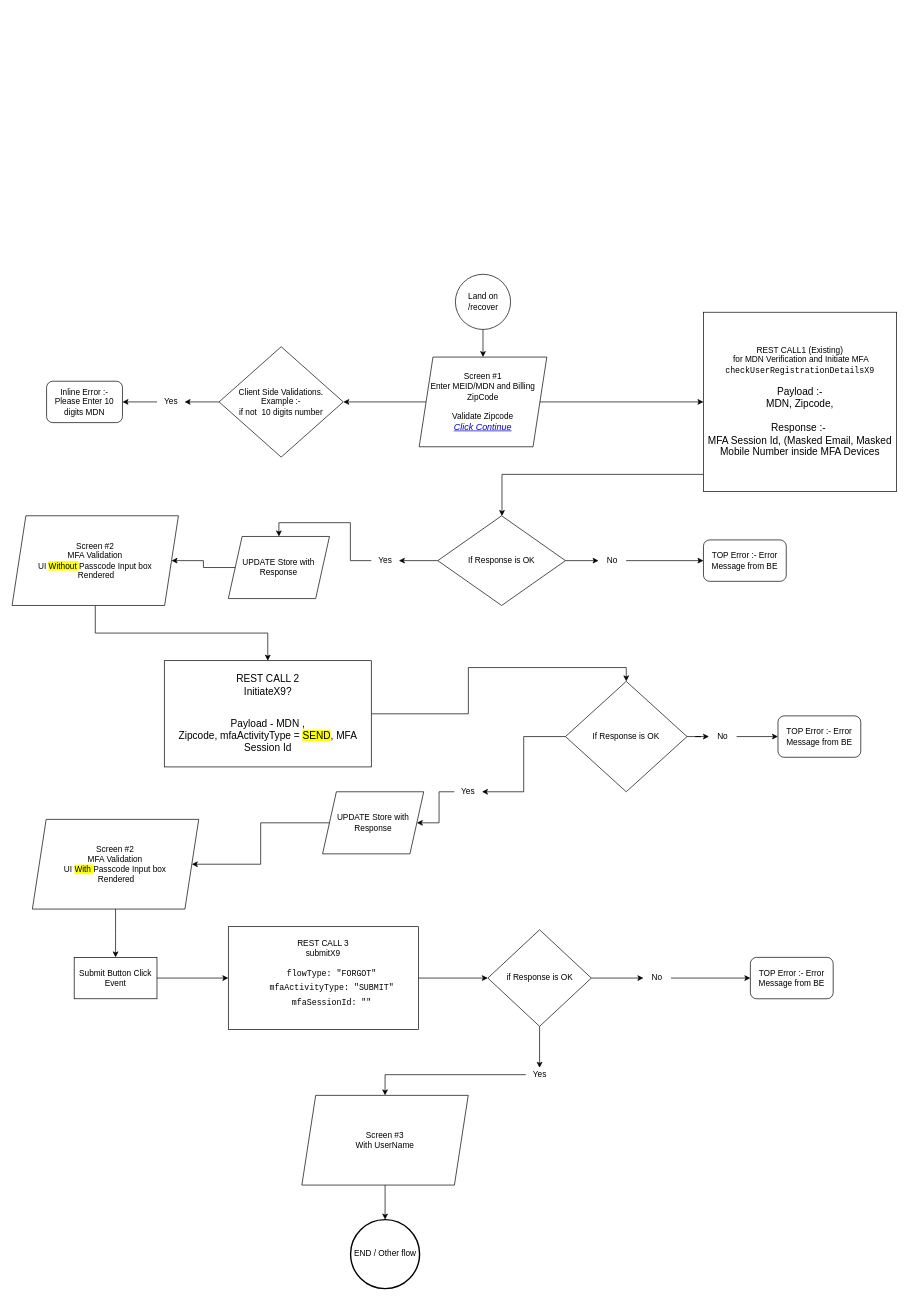
mercecii/M3 keeps this draw.io diagram as Forgot Username.drawio. Above is the earlier version. Source tidied: cells renumbered, new cells numbered last; positions are measured from the earlier drawing's top-left corner, leaving out a move shared by most shapes. Both pictures are drawn from the tidied source at 69%, with x=0, y=0 at pixel (12, 274).
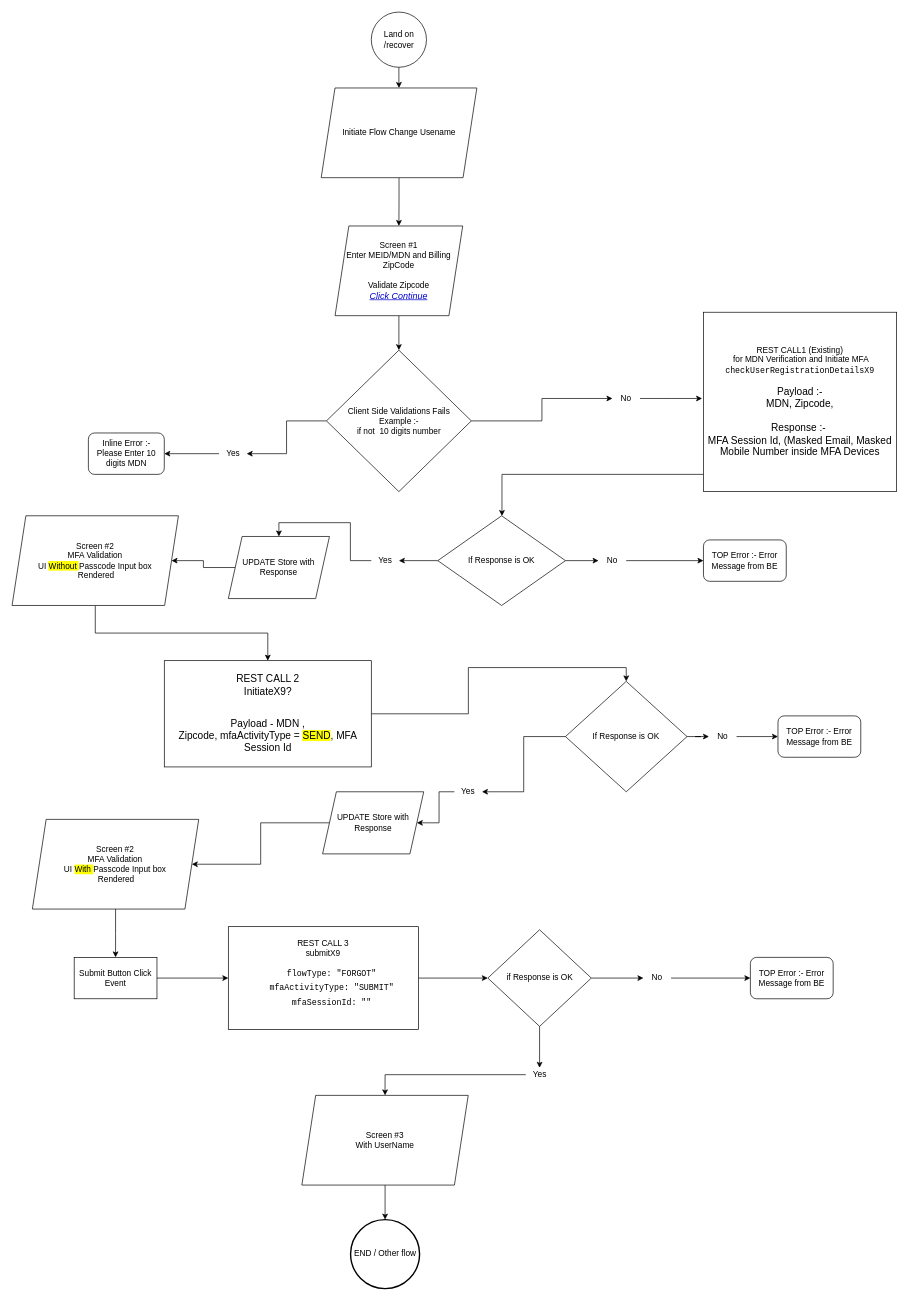
The same diagram, later.

Unchanged cells that the change refers to:
```xml
<mxCell id="22" value="&lt;span style=&quot;text-align: left&quot;&gt;REST CALL1 (Existing)&lt;/span&gt;&lt;br style=&quot;text-align: left&quot;&gt;&lt;span style=&quot;text-align: left&quot;&gt;&amp;nbsp;for MDN Verification and Initiate MFA&lt;/span&gt;&lt;br style=&quot;text-align: left&quot;&gt;&lt;font face=&quot;consolas, lucida console, courier new, monospace&quot; style=&quot;text-align: left&quot;&gt;checkUserRegistrationDetailsX9&lt;br&gt;&lt;br&gt;&lt;/font&gt;&lt;p style=&quot;margin: 0in ; font-family: &amp;#34;calibri&amp;#34; ; font-size: 11pt&quot;&gt;Payload :-&lt;/p&gt;&lt;p style=&quot;margin: 0in ; font-family: &amp;#34;calibri&amp;#34; ; font-size: 11pt&quot;&gt;MDN, Zipcode,&lt;/p&gt;&lt;p style=&quot;margin: 0in ; font-family: &amp;#34;calibri&amp;#34; ; font-size: 11pt&quot;&gt;&lt;span style=&quot;background-color: rgb(255 , 255 , 0)&quot;&gt;&lt;br&gt;&lt;/span&gt;&lt;/p&gt;&lt;p style=&quot;margin: 0in ; font-family: &amp;#34;calibri&amp;#34; ; font-size: 11pt&quot;&gt;Response :-&amp;nbsp;&lt;/p&gt;&lt;p style=&quot;margin: 0in ; font-family: &amp;#34;calibri&amp;#34; ; font-size: 11pt&quot;&gt;MFA Session Id, (Masked Email, Masked Mobile Number inside MFA Devices&lt;/p&gt;" style="whiteSpace=wrap;html=1;" parent="1" vertex="1">
  <mxGeometry x="1002" y="55" width="280" height="260" as="geometry" />
</mxCell>
```

The edit, as a diff of the source:
```diff
@@
-    <mxCell id="2" style="edgeStyle=orthogonalEdgeStyle;rounded=0;jettySize=auto;html=1;entryX=0.5;entryY=0;entryDx=0;entryDy=0;" parent="1" edge="1" source="3" target="6">
+    <mxCell id="2" style="edgeStyle=orthogonalEdgeStyle;rounded=0;jettySize=auto;html=1;entryX=0.5;entryY=0;entryDx=0;entryDy=0;" parent="1" edge="1" source="58" target="6">
       <mxGeometry relative="1" as="geometry" />
     </mxCell>
     <mxCell id="3" value="Land on /recover" style="ellipse;whiteSpace=wrap;html=1;" parent="1" vertex="1">
-      <mxGeometry x="642.5" width="80" height="80" as="geometry" />
+      <mxGeometry x="520.6" y="-380" width="80" height="80" as="geometry" />
     </mxCell>
@@
-    <mxCell id="5" style="edgeStyle=orthogonalEdgeStyle;rounded=0;jettySize=auto;html=1;entryX=0;entryY=0.5;entryDx=0;entryDy=0;" parent="1" edge="1" source="6" target="22">
-      <mxGeometry relative="1" as="geometry" />
-    </mxCell>
     <mxCell id="6" value="Screen #1&lt;br&gt;Enter MEID/MDN and Billing ZipCode&lt;br&gt;&lt;br&gt;Validate Zipcode&lt;br&gt;&lt;font color=&quot;#0000cc&quot; style=&quot;font-size: 13px&quot;&gt;&lt;i&gt;&lt;u&gt;Click Continue&lt;/u&gt;&lt;/i&gt;&lt;/font&gt;" style="shape=parallelogram;perimeter=parallelogramPerimeter;whiteSpace=wrap;html=1;fixedSize=1;" parent="1" vertex="1">
-      <mxGeometry x="590" y="120" width="185" height="130" as="geometry" />
+      <mxGeometry x="468.1" y="-70" width="185" height="130" as="geometry" />
     </mxCell>
@@
+    <mxCell id="55" style="edgeStyle=orthogonalEdgeStyle;rounded=0;jettySize=auto;html=1;" parent="1" edge="1" source="56">
+      <mxGeometry relative="1" as="geometry">
+        <mxPoint x="1000" y="180" as="targetPoint" />
+      </mxGeometry>
+    </mxCell>
-    <mxCell id="33" value="Client Side Validations.&lt;br&gt;&amp;nbsp;Example :-&amp;nbsp;&lt;br&gt;if not&amp;nbsp; 10 digits number" style="rhombus;whiteSpace=wrap;html=1;" parent="1" vertex="1">
-      <mxGeometry x="300" y="105" width="180" height="160" as="geometry" />
+    <mxCell id="33" value="Client Side Validations Fails&lt;br&gt;&amp;nbsp;Example :-&amp;nbsp;&lt;br&gt;if not&amp;nbsp; 10 digits number" style="rhombus;whiteSpace=wrap;html=1;" parent="1" vertex="1">
+      <mxGeometry x="455.6" y="110" width="210" height="205" as="geometry" />
     </mxCell>
     <mxCell id="34" value="Inline Error :- Please Enter 10 digits MDN" style="rounded=1;whiteSpace=wrap;html=1;" parent="1" vertex="1">
-      <mxGeometry x="50" y="155" width="110" height="60" as="geometry" />
+      <mxGeometry x="110.6" y="230" width="110" height="60" as="geometry" />
     </mxCell>
     <mxCell id="35" value="Yes" style="text;html=1;align=center;verticalAlign=middle;points=[];" parent="1" vertex="1">
-      <mxGeometry x="210" y="175" width="40" height="20" as="geometry" />
+      <mxGeometry x="300" y="250" width="40" height="20" as="geometry" />
     </mxCell>
@@
+    <mxCell id="56" value="No" style="text;html=1;strokeColor=none;fillColor=none;align=center;verticalAlign=middle;whiteSpace=wrap;rounded=0;" parent="1" vertex="1">
+      <mxGeometry x="870.1" y="170" width="40" height="20" as="geometry" />
+    </mxCell>
+    <mxCell id="57" style="edgeStyle=orthogonalEdgeStyle;rounded=0;jettySize=auto;html=1;" parent="1" edge="1" source="33" target="56">
+      <mxGeometry relative="1" as="geometry" />
+    </mxCell>
+    <mxCell id="58" value="Initiate Flow Change Usename" style="shape=parallelogram;perimeter=parallelogramPerimeter;whiteSpace=wrap;html=1;fixedSize=1;" parent="1" vertex="1">
+      <mxGeometry x="448" y="-270" width="225.6" height="130" as="geometry" />
+    </mxCell>
+    <mxCell id="59" style="edgeStyle=orthogonalEdgeStyle;rounded=0;jettySize=auto;html=1;entryX=0.5;entryY=0;entryDx=0;entryDy=0;" parent="1" edge="1" source="3" target="58">
+      <mxGeometry relative="1" as="geometry" />
+    </mxCell>
```
